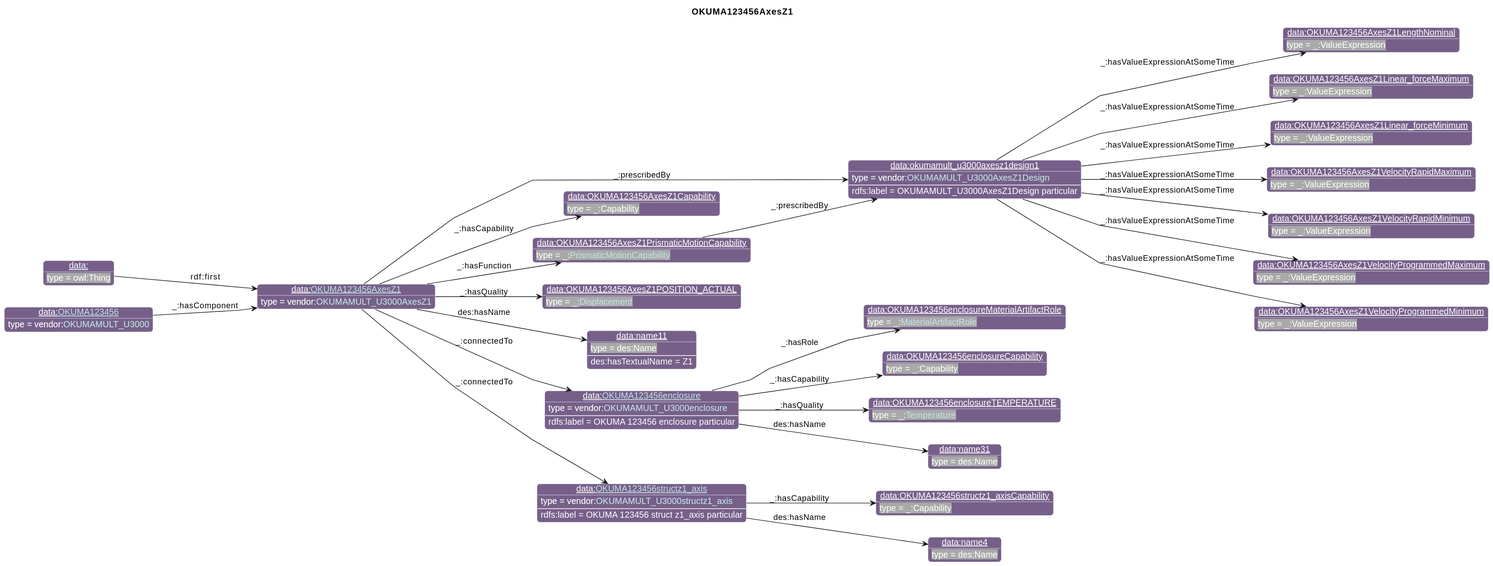
Before: diagrams/OKUMA123456AxesZ1.svg, a diagram exported from PlantUML (iofoundry/example-syseng-mtconnect).
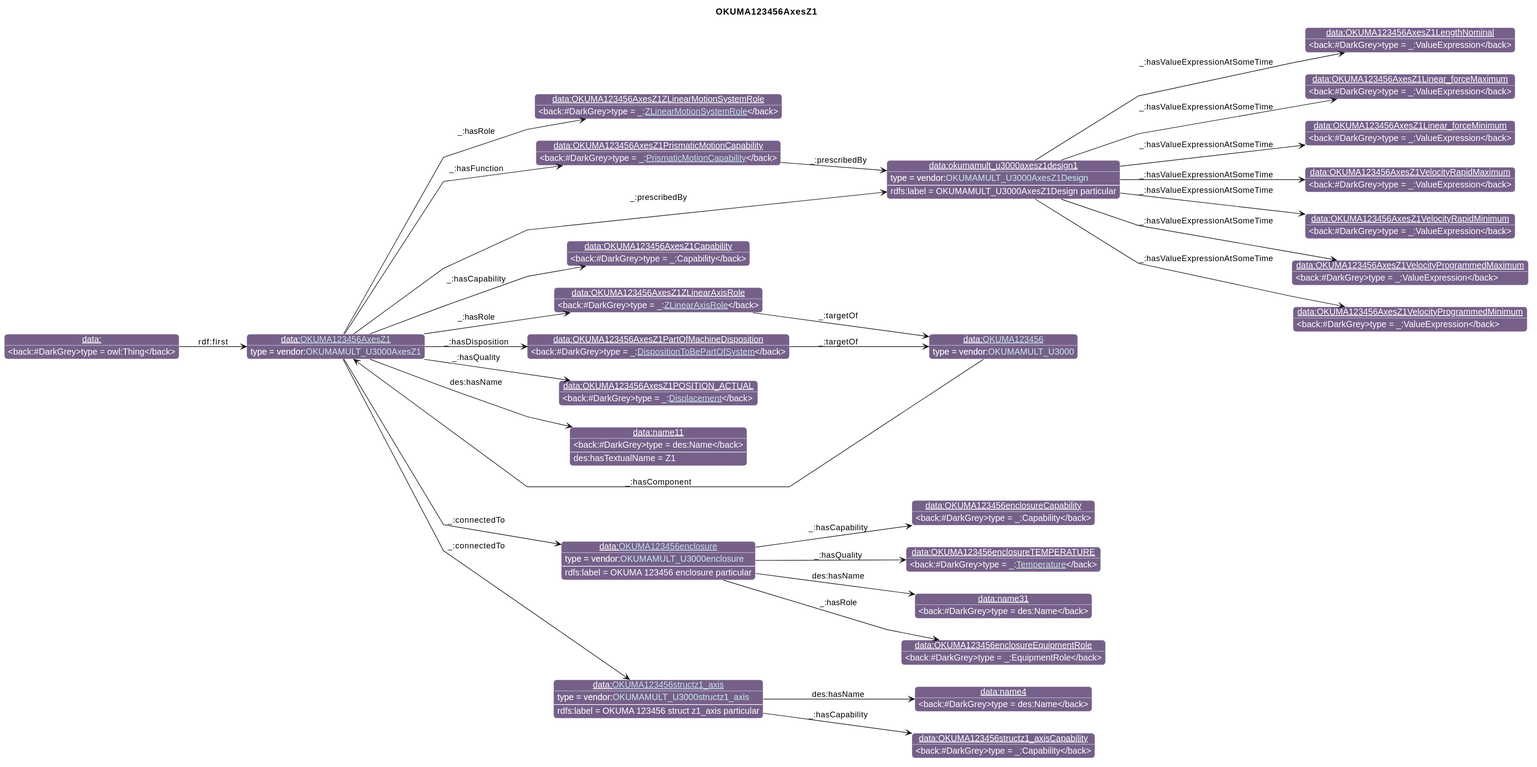
The same file after the commit.

What changed in the source:
```diff
@@ -26,53 +26,61 @@
                       "qp":"641B2E"
       }
 individual(o0, data:[[./OKUMA123456AxesZ1.html OKUMA123456AxesZ1]], vendor:[[../OKUMA.html#OKUMAMULT_U3000AxesZ1 OKUMAMULT_U3000AxesZ1]])
-individual(o1, data:okumamult_u3000axesz1design1, vendor:[[../OKUMA.html#OKUMAMULT_U3000AxesZ1Design OKUMAMULT_U3000AxesZ1Design]])
-individual(o2, data:OKUMA123456AxesZ1LengthNominal, _:ValueExpression)
-individual(o3, data:OKUMA123456AxesZ1Linear_forceMaximum, _:ValueExpression)
-individual(o4, data:OKUMA123456AxesZ1Linear_forceMinimum, _:ValueExpression)
-individual(o5, data:OKUMA123456AxesZ1VelocityRapidMaximum, _:ValueExpression)
-individual(o6, data:OKUMA123456AxesZ1VelocityRapidMinimum, _:ValueExpression)
-individual(o7, data:OKUMA123456AxesZ1VelocityProgrammedMaximum, _:ValueExpression)
-individual(o8, data:OKUMA123456AxesZ1VelocityProgrammedMinimum, _:ValueExpression)
-individual(o9, data:OKUMA123456AxesZ1Capability, _:Capability)
-individual(o10, data:OKUMA123456AxesZ1PrismaticMotionCapability, _:[[../MTConnect.html#PrismaticMotionCapability PrismaticMotionCapability]])
-individual(o11, data:OKUMA123456AxesZ1POSITION_ACTUAL, _:[[../MTConnect.html#Displacement Displacement]])
-individual(o12, data:name11, des:Name)
-individual(o13, data:[[./OKUMA123456enclosure.html OKUMA123456enclosure]], vendor:[[../OKUMA.html#OKUMAMULT_U3000enclosure OKUMAMULT_U3000enclosure]])
-individual(o14, data:OKUMA123456enclosureMaterialArtifactRole, _:[[../MTConnect.html#MaterialArtifactRole MaterialArtifactRole]])
-individual(o15, data:OKUMA123456enclosureCapability, _:Capability)
-individual(o16, data:OKUMA123456enclosureTEMPERATURE, _:[[../MTConnect.html#Temperature Temperature]])
-individual(o17, data:name31, des:Name)
-individual(o18, data:[[./OKUMA123456structz1_axis.html OKUMA123456structz1_axis]], vendor:[[../OKUMA.html#OKUMAMULT_U3000structz1_axis OKUMAMULT_U3000structz1_axis]])
-individual(o19, data:OKUMA123456structz1_axisCapability, _:Capability)
-individual(o20, data:name4, des:Name)
-individual(o21, data:, owl:Thing)
-individual(o22, data:[[./OKUMA123456.html OKUMA123456]], vendor:[[../OKUMA.html#OKUMAMULT_U3000 OKUMAMULT_U3000]])
-property(o0, "_:prescribedBy", o1)
-data(o1, "rdfs:label", "OKUMAMULT_U3000AxesZ1Design particular")
-property(o1, "_:hasValueExpressionAtSomeTime", o2)
-property(o1, "_:hasValueExpressionAtSomeTime", o3)
-property(o1, "_:hasValueExpressionAtSomeTime", o4)
-property(o1, "_:hasValueExpressionAtSomeTime", o5)
-property(o1, "_:hasValueExpressionAtSomeTime", o6)
-property(o1, "_:hasValueExpressionAtSomeTime", o7)
-property(o1, "_:hasValueExpressionAtSomeTime", o8)
-property(o0, "_:hasCapability", o9)
-property(o0, "_:hasFunction", o10)
-property(o10, "_:prescribedBy", o1)
-property(o0, "_:hasQuality", o11)
-property(o0, "des:hasName", o12)
-data(o12, "des:hasTextualName", "Z1")
-property(o0, "_:connectedTo", o13)
-data(o13, "rdfs:label", "OKUMA 123456 enclosure particular")
-property(o13, "_:hasRole", o14)
-property(o13, "_:hasCapability", o15)
-property(o13, "_:hasQuality", o16)
-property(o13, "des:hasName", o17)
-property(o0, "_:connectedTo", o18)
-data(o18, "rdfs:label", "OKUMA 123456 struct z1_axis particular")
-property(o18, "_:hasCapability", o19)
-property(o18, "des:hasName", o20)
-property(o21, "rdf:first", o0)
-property(o22, "_:hasComponent", o0)
+individual(o1, data:OKUMA123456AxesZ1ZLinearMotionSystemRole, _:[[../MTConnect.html#ZLinearMotionSystemRole ZLinearMotionSystemRole]])
+individual(o2, data:OKUMA123456AxesZ1ZLinearAxisRole, _:[[../MTConnect.html#ZLinearAxisRole ZLinearAxisRole]])
+individual(o3, data:[[./OKUMA123456.html OKUMA123456]], vendor:[[../OKUMA.html#OKUMAMULT_U3000 OKUMAMULT_U3000]])
+individual(o4, data:okumamult_u3000axesz1design1, vendor:[[../OKUMA.html#OKUMAMULT_U3000AxesZ1Design OKUMAMULT_U3000AxesZ1Design]])
+individual(o5, data:OKUMA123456AxesZ1LengthNominal, _:ValueExpression)
+individual(o6, data:OKUMA123456AxesZ1Linear_forceMaximum, _:ValueExpression)
+individual(o7, data:OKUMA123456AxesZ1Linear_forceMinimum, _:ValueExpression)
+individual(o8, data:OKUMA123456AxesZ1VelocityRapidMaximum, _:ValueExpression)
+individual(o9, data:OKUMA123456AxesZ1VelocityRapidMinimum, _:ValueExpression)
+individual(o10, data:OKUMA123456AxesZ1VelocityProgrammedMaximum, _:ValueExpression)
+individual(o11, data:OKUMA123456AxesZ1VelocityProgrammedMinimum, _:ValueExpression)
+individual(o12, data:OKUMA123456AxesZ1Capability, _:Capability)
+individual(o13, data:OKUMA123456AxesZ1PrismaticMotionCapability, _:[[../MTConnect.html#PrismaticMotionCapability PrismaticMotionCapability]])
+individual(o14, data:OKUMA123456AxesZ1PartOfMachineDisposition, _:[[../MTConnect.html#DispositionToBePartOfSystem DispositionToBePartOfSystem]])
+individual(o15, data:OKUMA123456AxesZ1POSITION_ACTUAL, _:[[../MTConnect.html#Displacement Displacement]])
+individual(o16, data:name11, des:Name)
+individual(o17, data:[[./OKUMA123456enclosure.html OKUMA123456enclosure]], vendor:[[../OKUMA.html#OKUMAMULT_U3000enclosure OKUMAMULT_U3000enclosure]])
+individual(o18, data:OKUMA123456enclosureEquipmentRole, _:EquipmentRole)
+individual(o19, data:OKUMA123456enclosureCapability, _:Capability)
+individual(o20, data:OKUMA123456enclosureTEMPERATURE, _:[[../MTConnect.html#Temperature Temperature]])
+individual(o21, data:name31, des:Name)
+individual(o22, data:[[./OKUMA123456structz1_axis.html OKUMA123456structz1_axis]], vendor:[[../OKUMA.html#OKUMAMULT_U3000structz1_axis OKUMAMULT_U3000structz1_axis]])
+individual(o23, data:OKUMA123456structz1_axisCapability, _:Capability)
+individual(o24, data:name4, des:Name)
+individual(o25, data:, owl:Thing)
+property(o0, "_:hasRole", o1)
+property(o0, "_:hasRole", o2)
+property(o2, "_:targetOf", o3)
+property(o0, "_:prescribedBy", o4)
+data(o4, "rdfs:label", "OKUMAMULT_U3000AxesZ1Design particular")
+property(o4, "_:hasValueExpressionAtSomeTime", o5)
+property(o4, "_:hasValueExpressionAtSomeTime", o6)
+property(o4, "_:hasValueExpressionAtSomeTime", o7)
+property(o4, "_:hasValueExpressionAtSomeTime", o8)
+property(o4, "_:hasValueExpressionAtSomeTime", o9)
+property(o4, "_:hasValueExpressionAtSomeTime", o10)
+property(o4, "_:hasValueExpressionAtSomeTime", o11)
+property(o0, "_:hasCapability", o12)
+property(o0, "_:hasFunction", o13)
+property(o13, "_:prescribedBy", o4)
+property(o0, "_:hasDisposition", o14)
+property(o14, "_:targetOf", o3)
+property(o0, "_:hasQuality", o15)
+property(o0, "des:hasName", o16)
+data(o16, "des:hasTextualName", "Z1")
+property(o0, "_:connectedTo", o17)
+data(o17, "rdfs:label", "OKUMA 123456 enclosure particular")
+property(o17, "_:hasRole", o18)
+property(o17, "_:hasCapability", o19)
+property(o17, "_:hasQuality", o20)
+property(o17, "des:hasName", o21)
+property(o0, "_:connectedTo", o22)
+data(o22, "rdfs:label", "OKUMA 123456 struct z1_axis particular")
+property(o22, "_:hasCapability", o23)
+property(o22, "des:hasName", o24)
+property(o25, "rdf:first", o0)
+property(o3, "_:hasComponent", o0)
 @enduml
```
